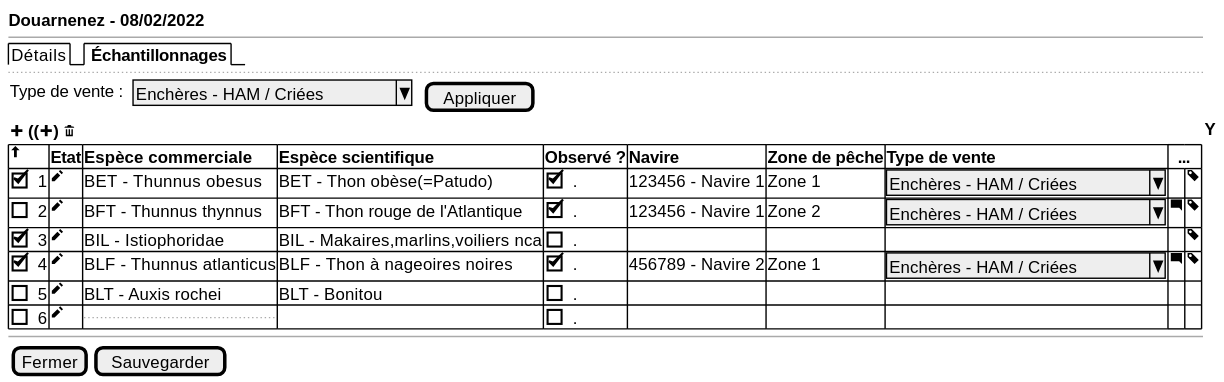
sumaris-net/sumaris-doc keeps this PlantUML diagram as projects/obsvente/spe/images/landings-table-outremer.svg. Above is the earlier version. Its source is kept beside it as projects/obsvente/spe/images/landings-table-outremer.puml.
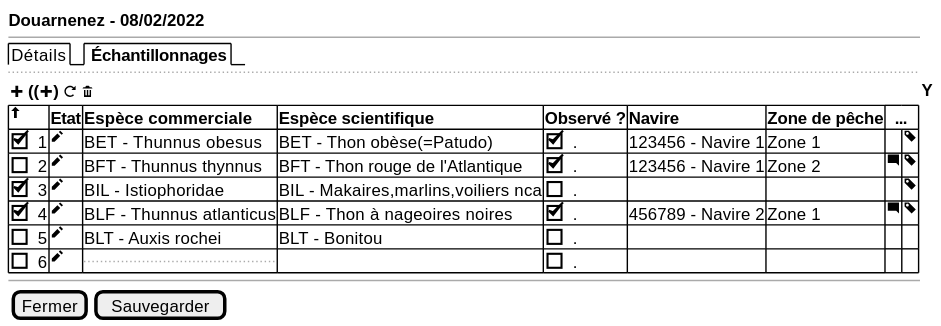
Later version of the same file.

The edit, as a diff of the source:
```diff
@@ -4,17 +4,16 @@
   --
   {/  Détails | <b> Échantillonnages}
   ..
-  { Type de vente : | . | ^Enchères - HAM / Criées^ | . | [Appliquer] }
 
-  { <&plus> <b>((<&plus>) <&trash> } | <b>Y
+  { <&plus> <b>((<&plus>) <&reload> <&trash> } | <b>Y
 	{#
-      <&arrow-thick-top> | <b>Etat | <b>Espèce commerciale | <b>Espèce scientifique  | <b>Observé ? | <b>Navire | <b>Zone de pêche| <b>Type de vente | <b>  ... | *
-      [X] 1 | <&pencil> |  BET - Thunnus obesus | BET - Thon obèse(=Patudo) | [X]. | 123456 - Navire 1 | Zone 1 | ^Enchères - HAM / Criées^ | . | <&tag>
-      [] 2 |<&pencil>  | BFT - Thunnus thynnus | BFT - Thon rouge de l'Atlantique |  [X]. | 123456 - Navire 1 | Zone 2 | ^Enchères - HAM / Criées^ | <&comment-square> | <&tag>
-      [X] 3 |<&pencil>  | BIL - Istiophoridae | BIL - Makaires,marlins,voiliers nca | [ ]. | . | . | . | . | <&tag>
-      [X] 4 |<&pencil>  | BLF - Thunnus atlanticus | BLF - Thon à nageoires noires | [X]. | 456789 - Navire 2 | Zone 1 | ^Enchères - HAM / Criées^ | <&comment-square> | <&tag>
-      [] 5 |<&pencil>  | BLT - Auxis rochei | BLT - Bonitou | [ ] . | . | . | . | . | .
-      [] 6 | <&pencil>  | ... | . | [ ] . | . | . | . | . | .
+      <&arrow-thick-top> | <b>Etat | <b>Espèce commerciale | <b>Espèce scientifique  | <b>Observé ? | <b>Navire | <b>Zone de pêche|  <b>  ... | *
+      [X] 1 | <&pencil> |  BET - Thunnus obesus | BET - Thon obèse(=Patudo) | [X]. | 123456 - Navire 1 | Zone 1 |  . | <&tag>
+      [] 2 |<&pencil>  | BFT - Thunnus thynnus | BFT - Thon rouge de l'Atlantique |  [X]. | 123456 - Navire 1 | Zone 2 |  <&comment-square> | <&tag>
+      [X] 3 |<&pencil>  | BIL - Istiophoridae | BIL - Makaires,marlins,voiliers nca | [ ]. | . | . |  . | <&tag>
+      [X] 4 |<&pencil>  | BLF - Thunnus atlanticus | BLF - Thon à nageoires noires | [X]. | 456789 - Navire 2 | Zone 1 |  <&comment-square> | <&tag>
+      [] 5 |<&pencil>  | BLT - Auxis rochei | BLT - Bonitou | [ ] . | . | . | . | .
+      [] 6 | <&pencil>  | ... | . | [ ] . | . | . | . | .
     }
   --
 
```
